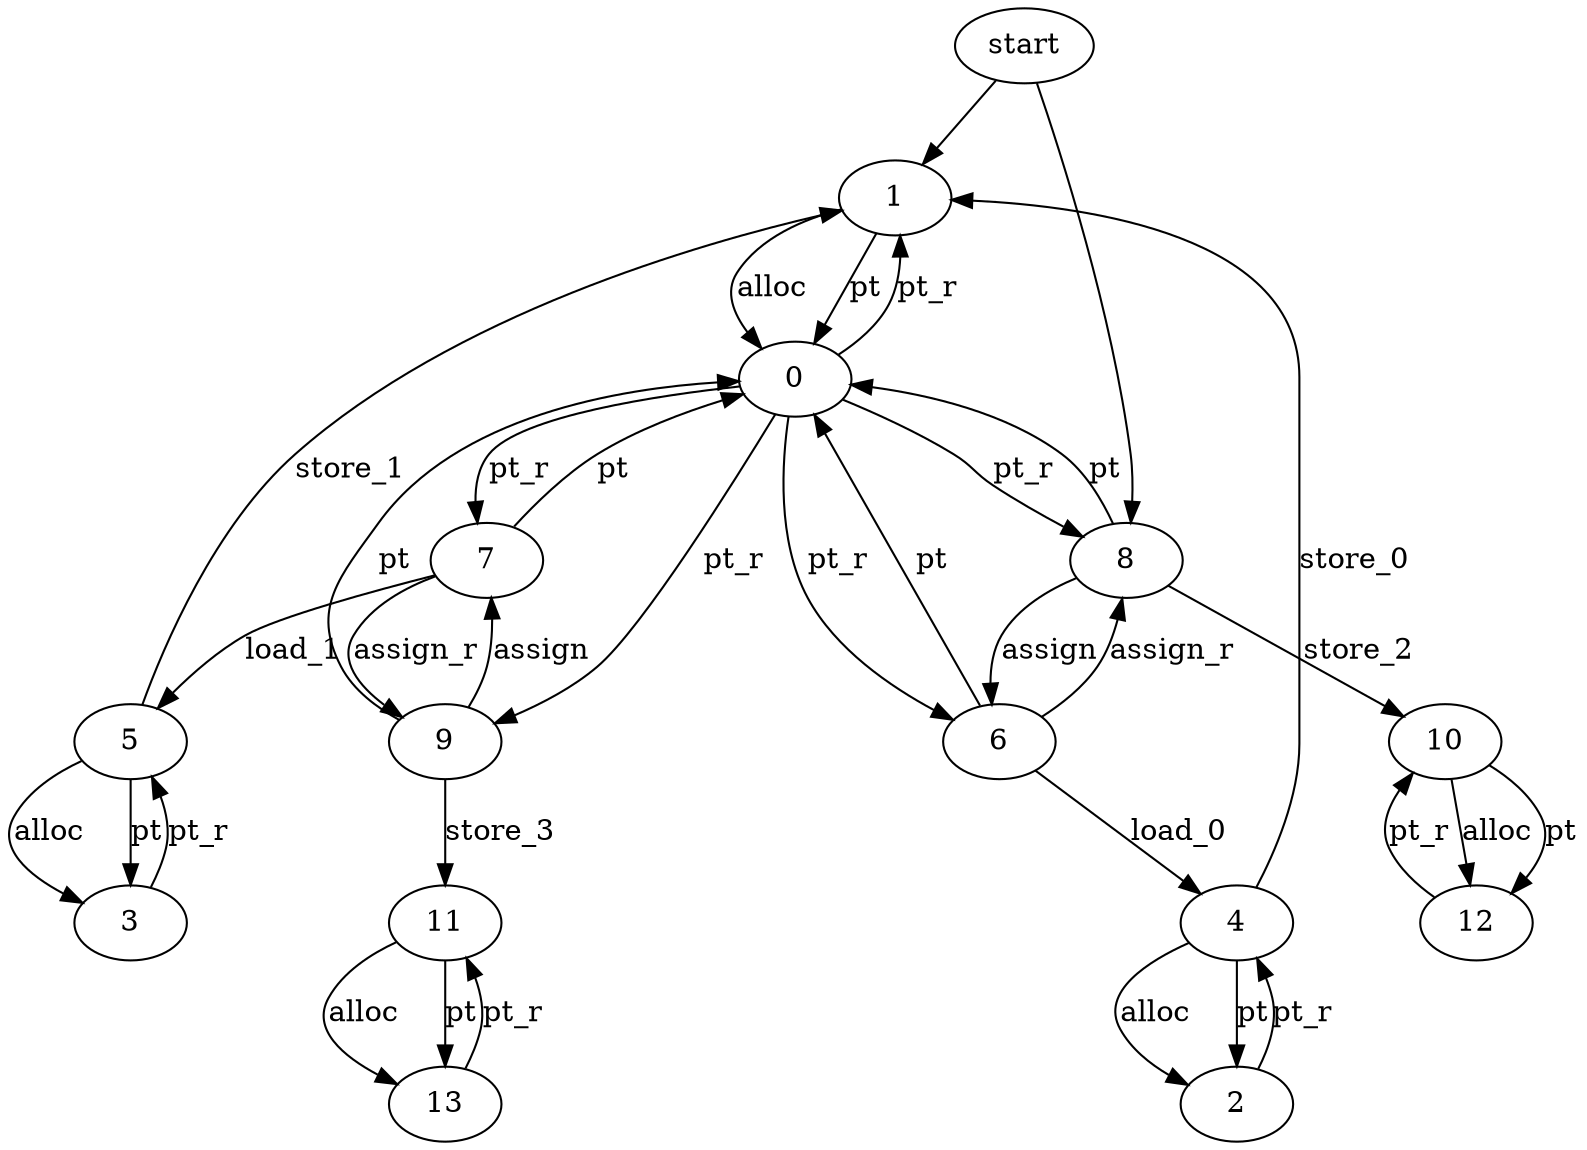
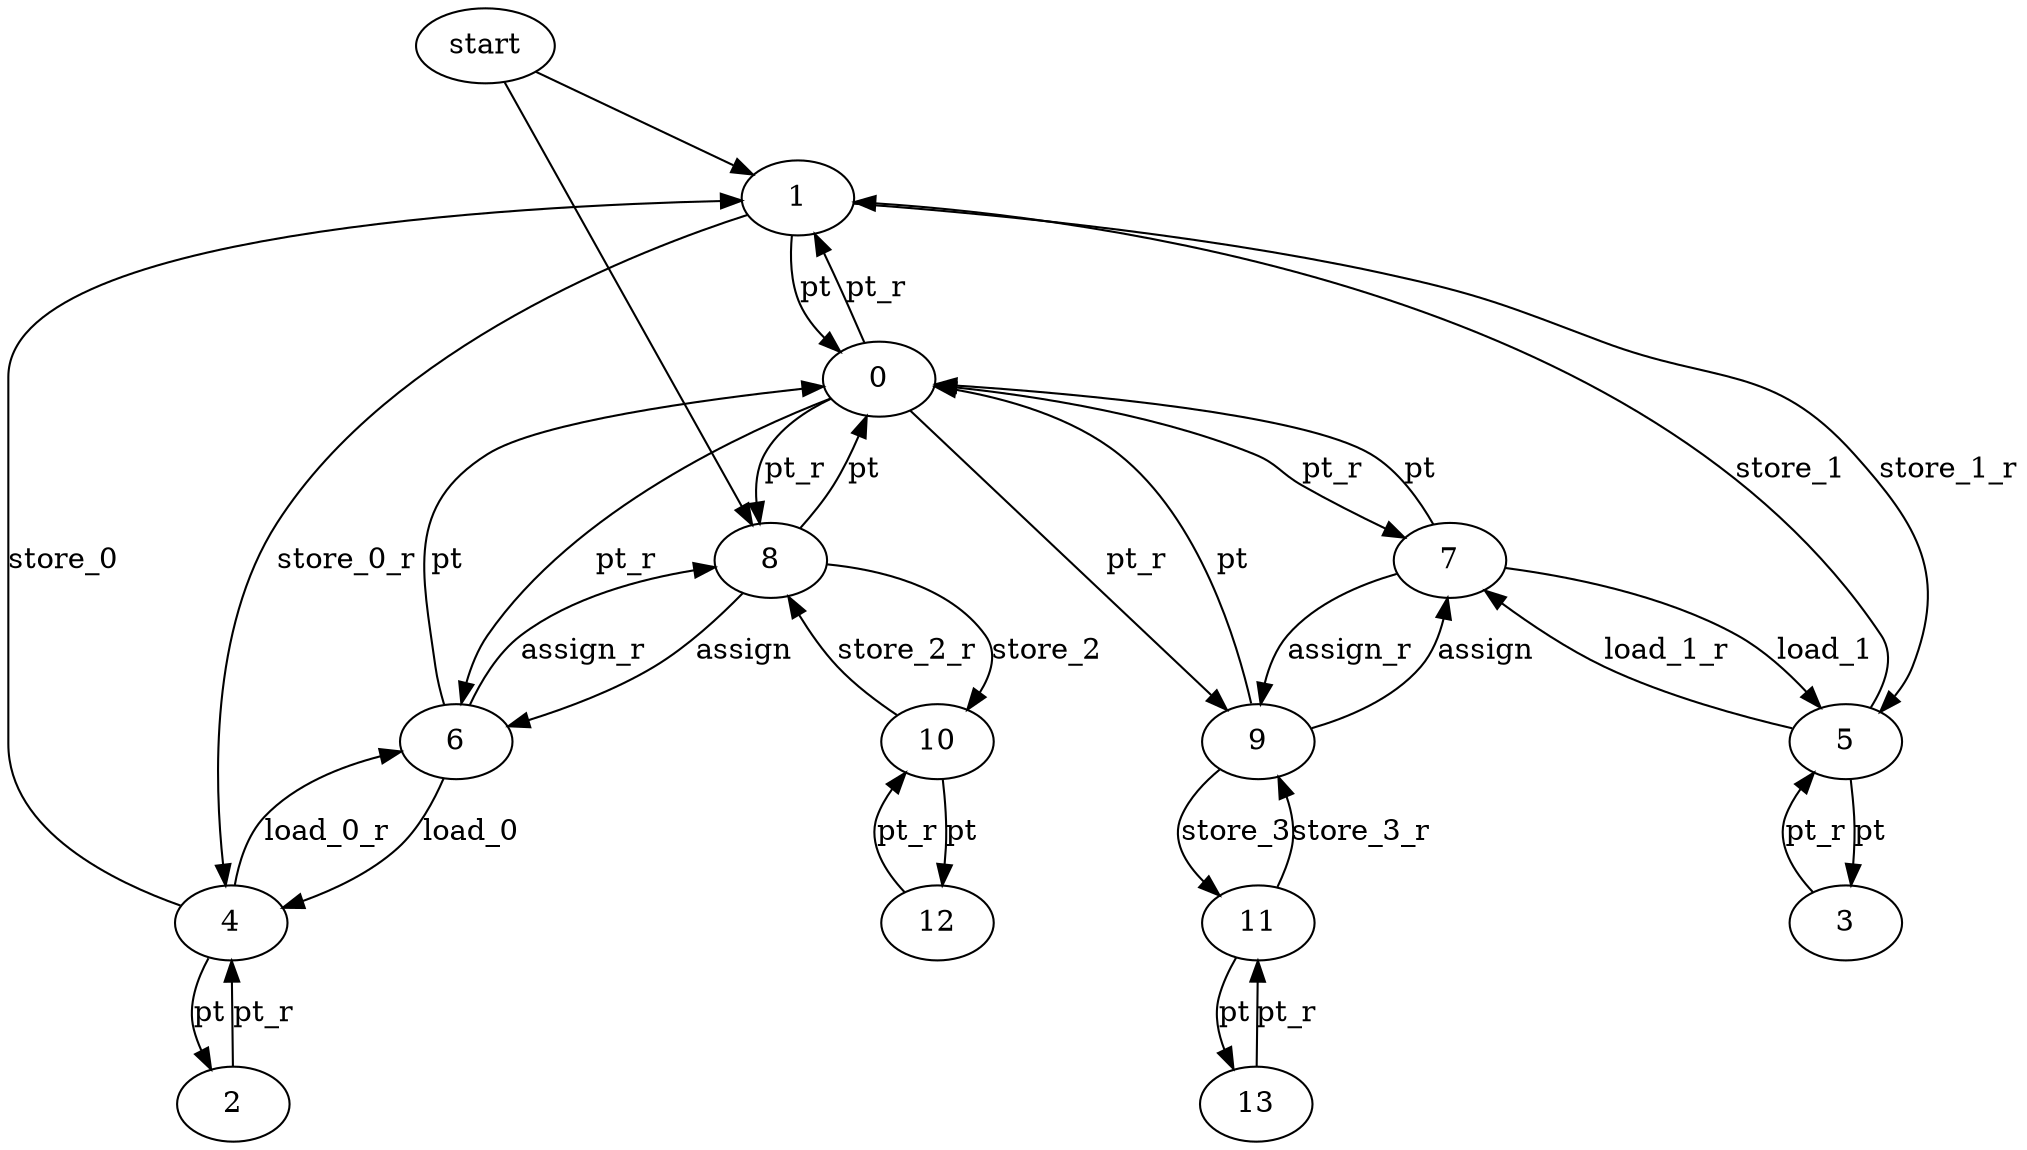
digraph {
    start -> 1;
    start -> 8;
-     1 -> 0 [label = "alloc"];
    1 -> 0 [label = "pt"];
    0 -> 1 [label = "pt_r"];
-     4 -> 2 [label = "alloc"];
    4 -> 2 [label = "pt"];
    2 -> 4 [label = "pt_r"];
-     5 -> 3 [label = "alloc"];
    5 -> 3 [label = "pt"];
    3 -> 5 [label = "pt_r"];
-     10 -> 12 [label = "alloc"];
    10 -> 12 [label = "pt"];
    12 -> 10 [label = "pt_r"];
-     11 -> 13 [label = "alloc"];
    11 -> 13 [label = "pt"];
    13 -> 11 [label = "pt_r"];
    8 -> 6 [label = "assign"];
    6 -> 8 [label = "assign_r"];
    9 -> 7 [label = "assign"];
    7 -> 9 [label = "assign_r"];
    4 -> 1 [label = "store_0"];
+     1 -> 4 [label = "store_0_r"];
    5 -> 1 [label = "store_1"];
+     1 -> 5 [label = "store_1_r"];
    8 -> 10 [label = "store_2"];
+     10 -> 8 [label = "store_2_r"];
    9 -> 11 [label = "store_3"];
+     11 -> 9 [label = "store_3_r"];
    6 -> 4 [label = "load_0"];
+     4 -> 6 [label = "load_0_r"];
    7 -> 5 [label = "load_1"];
+     5 -> 7 [label = "load_1_r"];
    6 -> 0 [label = "pt"];
    0 -> 6 [label = "pt_r"];
    8 -> 0 [label = "pt"];
    0 -> 8 [label = "pt_r"];
    7 -> 0 [label = "pt"];
    0 -> 7 [label = "pt_r"];
    9 -> 0 [label = "pt"];
    0 -> 9 [label = "pt_r"];
}
